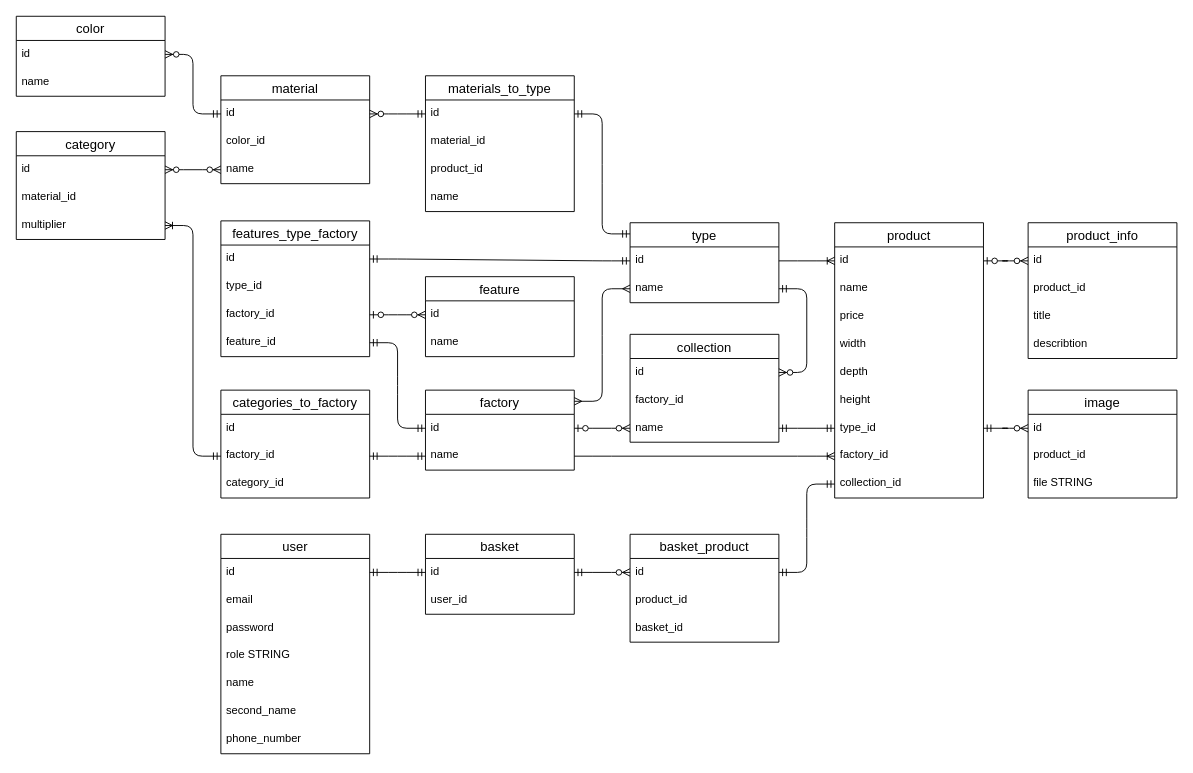
Earlier version of the draw.io diagram DB-riazanov-shop.drawio (Ingwaruz/riazanov-mebel-shop). Source tidied: cells renumbered, new cells numbered last; positions are measured from the earlier drawing's top-left corner, leaving out a move shared by most shapes. Both pictures are drawn from the tidied source at 93%, with x=0, y=0 at pixel (16, 16).
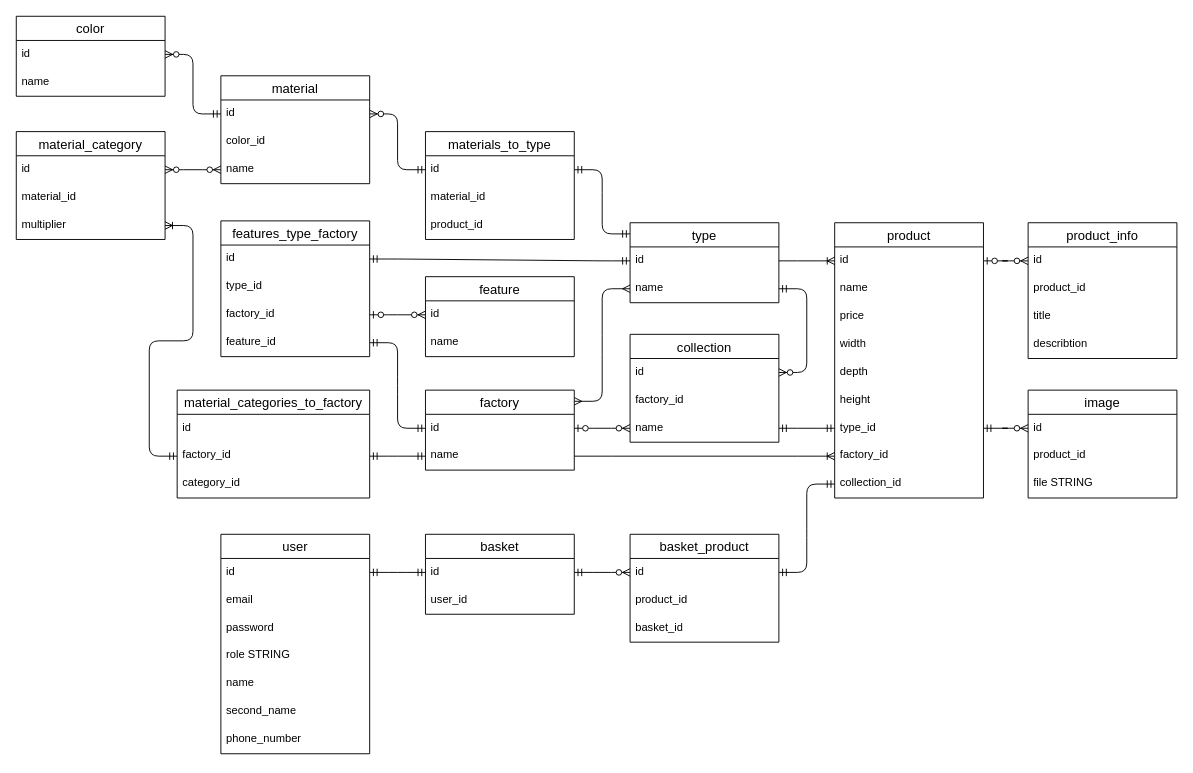
The same page after the edit.

What changed in the source:
```diff
@@
     <mxCell id="52" value="materials_to_type" style="swimlane;fontStyle=0;horizontal=1;startSize=26;align=center;fontSize=14;" parent="1" vertex="1">
-      <mxGeometry x="440" y="64" width="160" height="146" as="geometry" />
+      <mxGeometry x="440" y="124" width="160" height="116" as="geometry" />
     </mxCell>
@@
-    <mxCell id="56" value="name" style="text;strokeColor=none;fillColor=none;spacingLeft=4;spacingRight=4;overflow=hidden;fontSize=12;whiteSpace=wrap;html=1;" parent="52" vertex="1">
-      <mxGeometry y="116" width="160" height="30" as="geometry" />
-    </mxCell>
@@
-    <mxCell id="62" value="category" style="swimlane;fontStyle=0;horizontal=1;startSize=26;align=center;fontSize=14;" parent="1" vertex="1">
+    <mxCell id="62" value="material_category" style="swimlane;fontStyle=0;horizontal=1;startSize=26;align=center;fontSize=14;" parent="1" vertex="1">
       <mxGeometry y="124" width="160" height="116" as="geometry" />
     </mxCell>
@@
-    <mxCell id="71" value="categories_to_factory" style="swimlane;fontStyle=0;horizontal=1;startSize=26;align=center;fontSize=14;" parent="1" vertex="1">
-      <mxGeometry x="220" y="402" width="160" height="116" as="geometry" />
+    <mxCell id="71" value="material_categories_to_factory" style="swimlane;fontStyle=0;horizontal=1;startSize=26;align=center;fontSize=14;" parent="1" vertex="1">
+      <mxGeometry x="173" y="402" width="207" height="116" as="geometry" />
     </mxCell>
     <mxCell id="72" value="id" style="text;strokeColor=none;fillColor=none;spacingLeft=4;spacingRight=4;overflow=hidden;fontSize=12;whiteSpace=wrap;html=1;" parent="71" vertex="1">
-      <mxGeometry y="26" width="160" height="30" as="geometry" />
+      <mxGeometry y="26" width="207" height="30" as="geometry" />
     </mxCell>
     <mxCell id="73" value="&lt;div style=&quot;text-align: center;&quot;&gt;&lt;span style=&quot;background-color: initial; text-wrap: nowrap;&quot;&gt;factory_id&lt;/span&gt;&lt;/div&gt;" style="text;strokeColor=none;fillColor=none;spacingLeft=4;spacingRight=4;overflow=hidden;points=[[0,0.5],[1,0.5]];portConstraint=eastwest;fontSize=12;whiteSpace=wrap;html=1;" parent="71" vertex="1">
-      <mxGeometry y="56" width="160" height="30" as="geometry" />
+      <mxGeometry y="56" width="207" height="30" as="geometry" />
     </mxCell>
     <mxCell id="74" value="&lt;font style=&quot;font-size: 12px;&quot;&gt;&lt;span style=&quot;text-align: center; text-wrap: nowrap;&quot;&gt;category&lt;/span&gt;_id&lt;/font&gt;" style="text;strokeColor=none;fillColor=none;spacingLeft=4;spacingRight=4;overflow=hidden;fontSize=12;whiteSpace=wrap;html=1;" parent="71" vertex="1">
-      <mxGeometry y="86" width="160" height="30" as="geometry" />
+      <mxGeometry y="86" width="207" height="30" as="geometry" />
     </mxCell>
```
